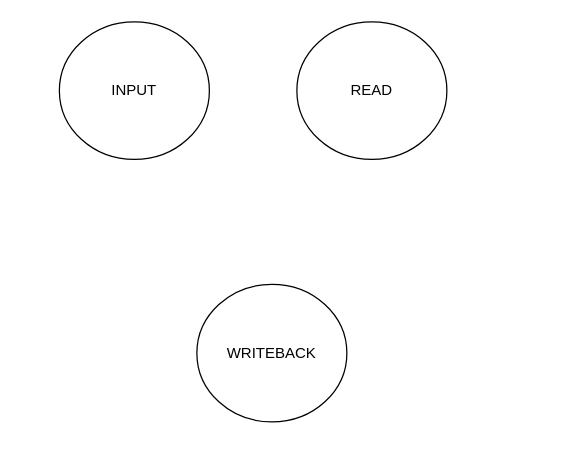
Above: lab6/doc/states.drawio in cam4627/camHDL (draw.io), before the change. Source tidied: cells renumbered, new cells numbered last; positions are measured from the earlier drawing's top-left corner, leaving out a move shared by most shapes. Both pictures are drawn from the tidied source at 125%, with x=0, y=0 at pixel (59, 21).
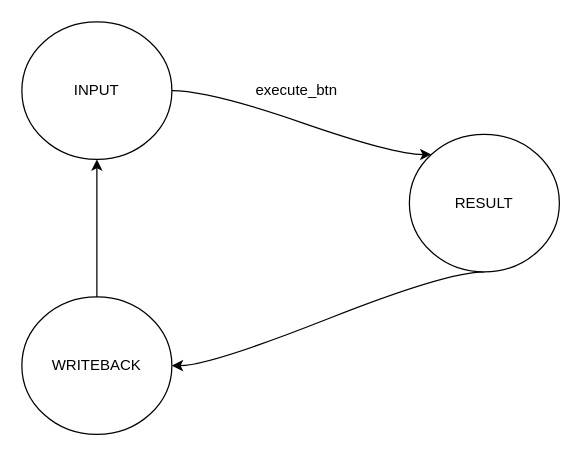
Above is the later version.

Commit message (it also covers changes not shown here):
complete state and block diagrams

Change to the diagram source:
```diff
@@
 <mxGraphModel>
   <root>
     <mxCell id="0" />
     <mxCell id="1" parent="0" />
+    <mxCell id="5" style="edgeStyle=entityRelationEdgeStyle;shape=connector;rounded=0;html=1;exitX=1;exitY=0.5;exitDx=0;exitDy=0;entryX=0;entryY=0;entryDx=0;entryDy=0;strokeColor=default;align=center;verticalAlign=middle;fontFamily=Helvetica;fontSize=11;fontColor=default;labelBackgroundColor=default;startArrow=none;startFill=0;endArrow=classic;endFill=1;curved=1;curveGeometry=1;" parent="1" edge="1" source="2" target="4">
+      <mxGeometry relative="1" as="geometry" />
+    </mxCell>
     <mxCell id="2" value="INPUT" style="ellipse;whiteSpace=wrap;html=1;shapeInside=1;" parent="1" vertex="1">
-      <mxGeometry width="120" height="110" as="geometry" />
+      <mxGeometry x="-30" width="120" height="110" as="geometry" />
     </mxCell>
-    <mxCell id="3" value="READ" style="ellipse;whiteSpace=wrap;html=1;shapeInside=1;" parent="1" vertex="1">
-      <mxGeometry x="190" width="120" height="110" as="geometry" />
-    </mxCell>
+    <mxCell id="6" style="edgeStyle=entityRelationEdgeStyle;shape=connector;curved=1;rounded=0;curveGeometry=1;html=1;exitX=0.5;exitY=1;exitDx=0;exitDy=0;entryX=1;entryY=0.5;entryDx=0;entryDy=0;strokeColor=default;align=center;verticalAlign=middle;fontFamily=Helvetica;fontSize=11;fontColor=default;labelBackgroundColor=default;startArrow=none;startFill=0;endArrow=classic;endFill=1;" parent="1" edge="1" source="4" target="9">
+      <mxGeometry relative="1" as="geometry" />
+    </mxCell>
-    <mxCell id="4" value="WRITEBACK" style="ellipse;whiteSpace=wrap;html=1;shapeInside=1;" parent="1" vertex="1">
-      <mxGeometry x="110" y="210" width="120" height="110" as="geometry" />
+    <mxCell id="4" value="RESULT" style="ellipse;whiteSpace=wrap;html=1;shapeInside=1;" parent="1" vertex="1">
+      <mxGeometry x="280" y="90" width="120" height="110" as="geometry" />
     </mxCell>
+    <mxCell id="7" value="execute_btn" style="text;html=1;whiteSpace=wrap;strokeColor=none;fillColor=none;align=center;verticalAlign=middle;rounded=0;" parent="1" vertex="1">
+      <mxGeometry x="160" y="40" width="60" height="30" as="geometry" />
+    </mxCell>
+    <mxCell id="8" style="edgeStyle=orthogonalEdgeStyle;shape=connector;curved=1;rounded=0;html=1;exitX=0.5;exitY=0;exitDx=0;exitDy=0;entryX=0.5;entryY=1;entryDx=0;entryDy=0;strokeColor=default;align=center;verticalAlign=middle;fontFamily=Helvetica;fontSize=11;fontColor=default;labelBackgroundColor=default;startArrow=none;startFill=0;endArrow=classic;endFill=1;curveGeometry=1;" parent="1" edge="1" source="9" target="2">
+      <mxGeometry relative="1" as="geometry">
+        <Array as="points">
+          <mxPoint x="30" y="210" />
+        </Array>
+      </mxGeometry>
+    </mxCell>
+    <mxCell id="9" value="WRITEBACK" style="ellipse;whiteSpace=wrap;html=1;shapeInside=1;" parent="1" vertex="1">
+      <mxGeometry x="-30" y="220" width="120" height="110" as="geometry" />
+    </mxCell>
   </root>
 </mxGraphModel>
```
